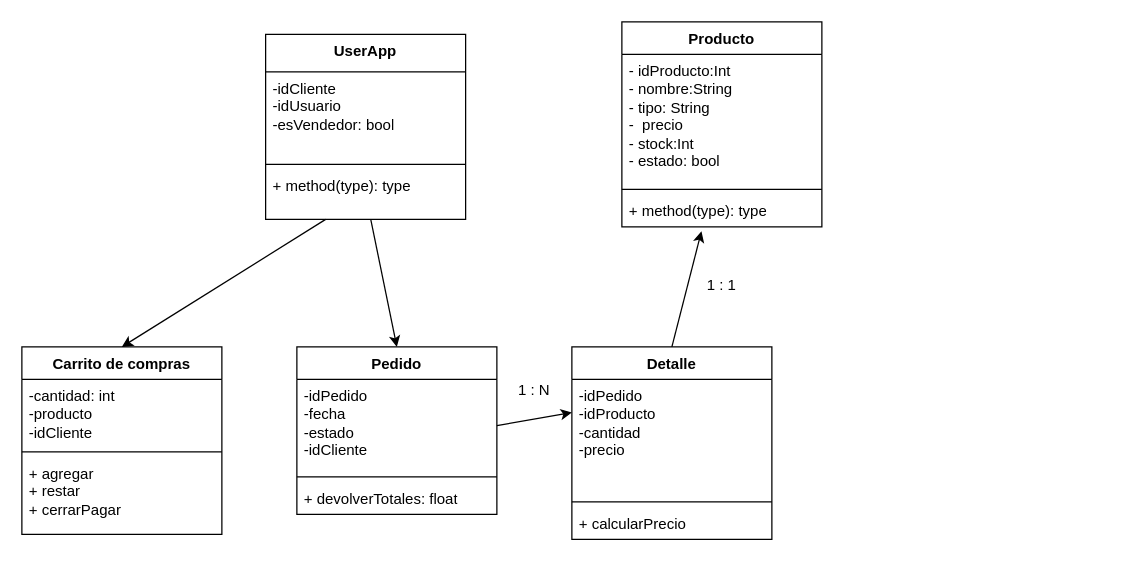
The draw.io diagram page "Página-2" (2 of 2) of DesignEntity.drawio in CAC23319-G17/tpintegrador, before the edit. Source tidied: cells renumbered, new cells numbered last; positions are measured from the earlier drawing's top-left corner, leaving out a move shared by most shapes. Both pictures are drawn from the tidied source at 125%, with x=0, y=0 at pixel (21, 21).
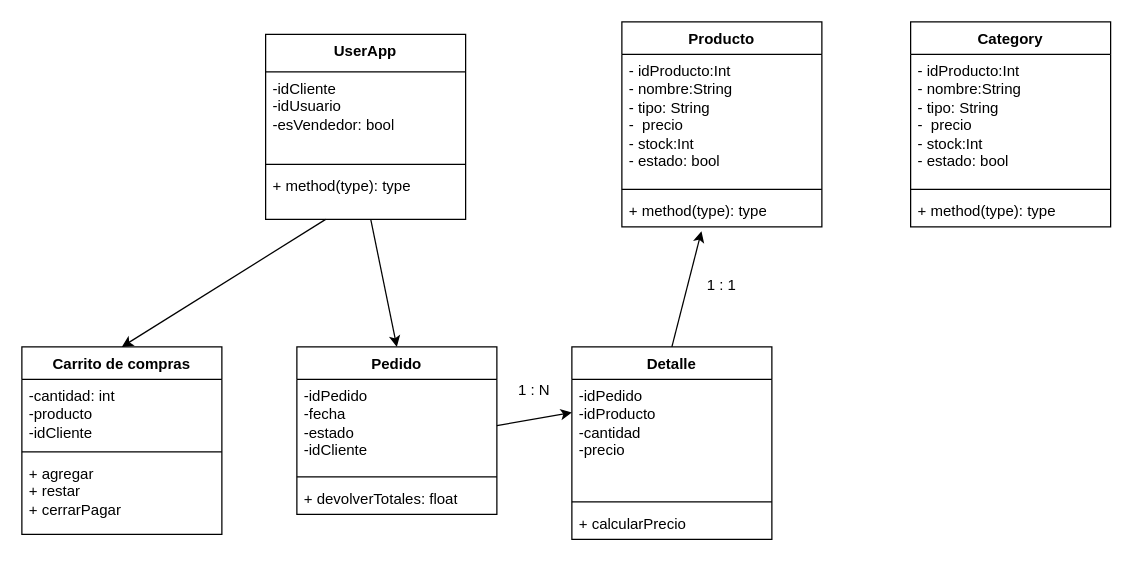
The same diagram, later.

Change to the diagram source:
```diff
@@
+    <mxCell id="28" value="Category" style="swimlane;fontStyle=1;align=center;verticalAlign=top;horizontal=1;startSize=26;whiteSpace=wrap;html=1;" parent="1" vertex="1">
+      <mxGeometry x="711" width="160" height="164" as="geometry" />
+    </mxCell>
+    <mxCell id="29" value="- idProducto:Int&lt;br&gt;- nombre:String&lt;br&gt;- tipo: String&lt;br&gt;-&amp;nbsp; precio&lt;br&gt;- stock:Int&lt;br&gt;- estado: bool" style="text;strokeColor=none;fillColor=none;align=left;verticalAlign=top;spacingLeft=4;spacingRight=4;overflow=hidden;whiteSpace=wrap;html=1;" parent="28" vertex="1">
+      <mxGeometry y="26" width="160" height="104" as="geometry" />
+    </mxCell>
+    <mxCell id="30" style="line;strokeWidth=1;fillColor=none;align=left;verticalAlign=middle;spacingTop=-1;spacingLeft=3;spacingRight=3;labelPosition=right;strokeColor=inherit;" parent="28" vertex="1">
+      <mxGeometry y="130" width="160" height="8" as="geometry" />
+    </mxCell>
+    <mxCell id="31" value="+ method(type): type" style="text;strokeColor=none;fillColor=none;align=left;verticalAlign=top;spacingLeft=4;spacingRight=4;overflow=hidden;whiteSpace=wrap;html=1;" parent="28" vertex="1">
+      <mxGeometry y="138" width="160" height="26" as="geometry" />
+    </mxCell>
```
